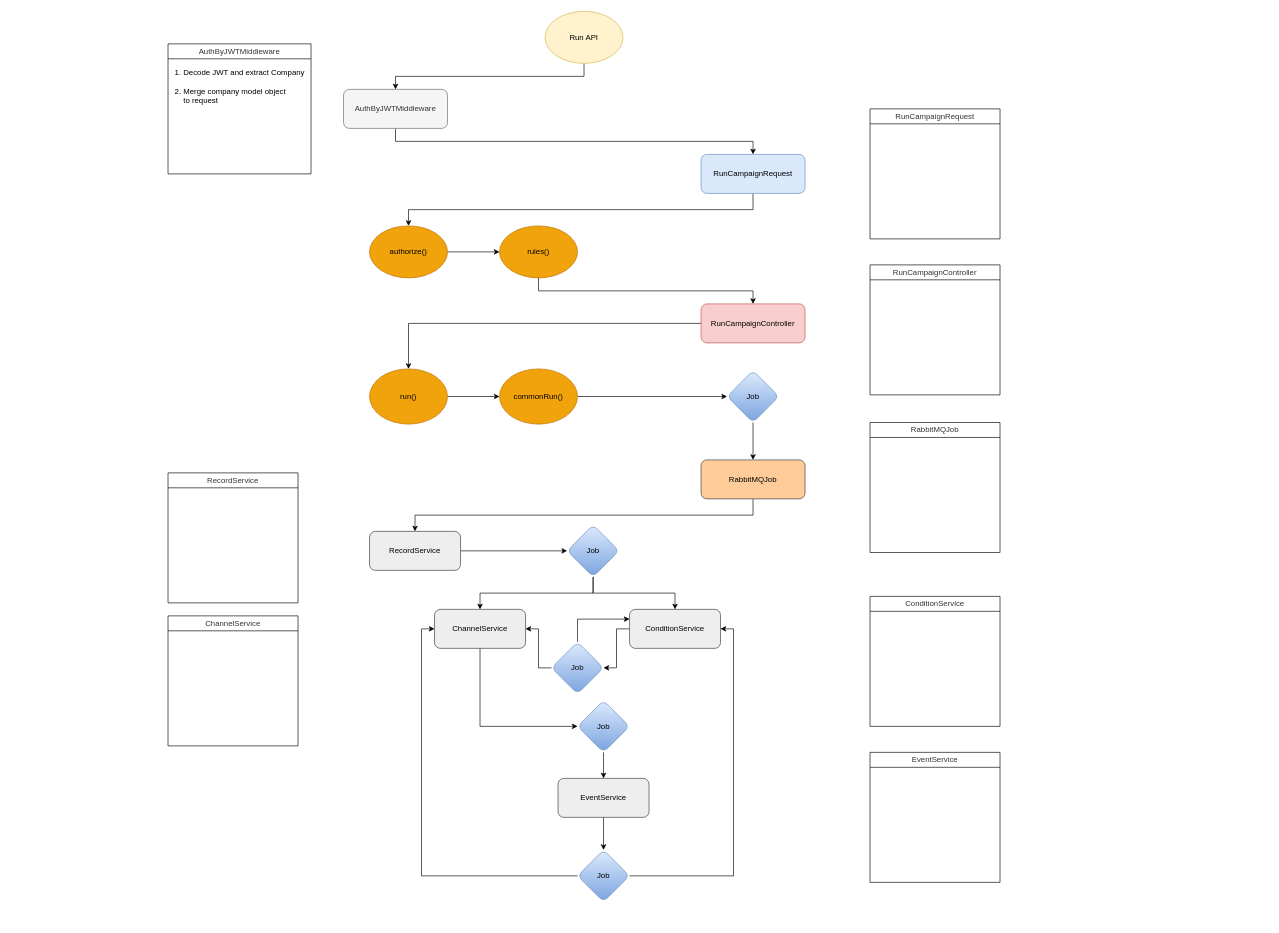
Earlier version of the draw.io diagram Untitled Diagram.drawio (jprasuk112/Diagrams). Source tidied: cells renumbered, new cells numbered last; positions are measured from the earlier drawing's top-left corner, leaving out a move shared by most shapes. Both pictures are drawn from the tidied source at 65%, with x=0, y=0 at pixel (168, 11).
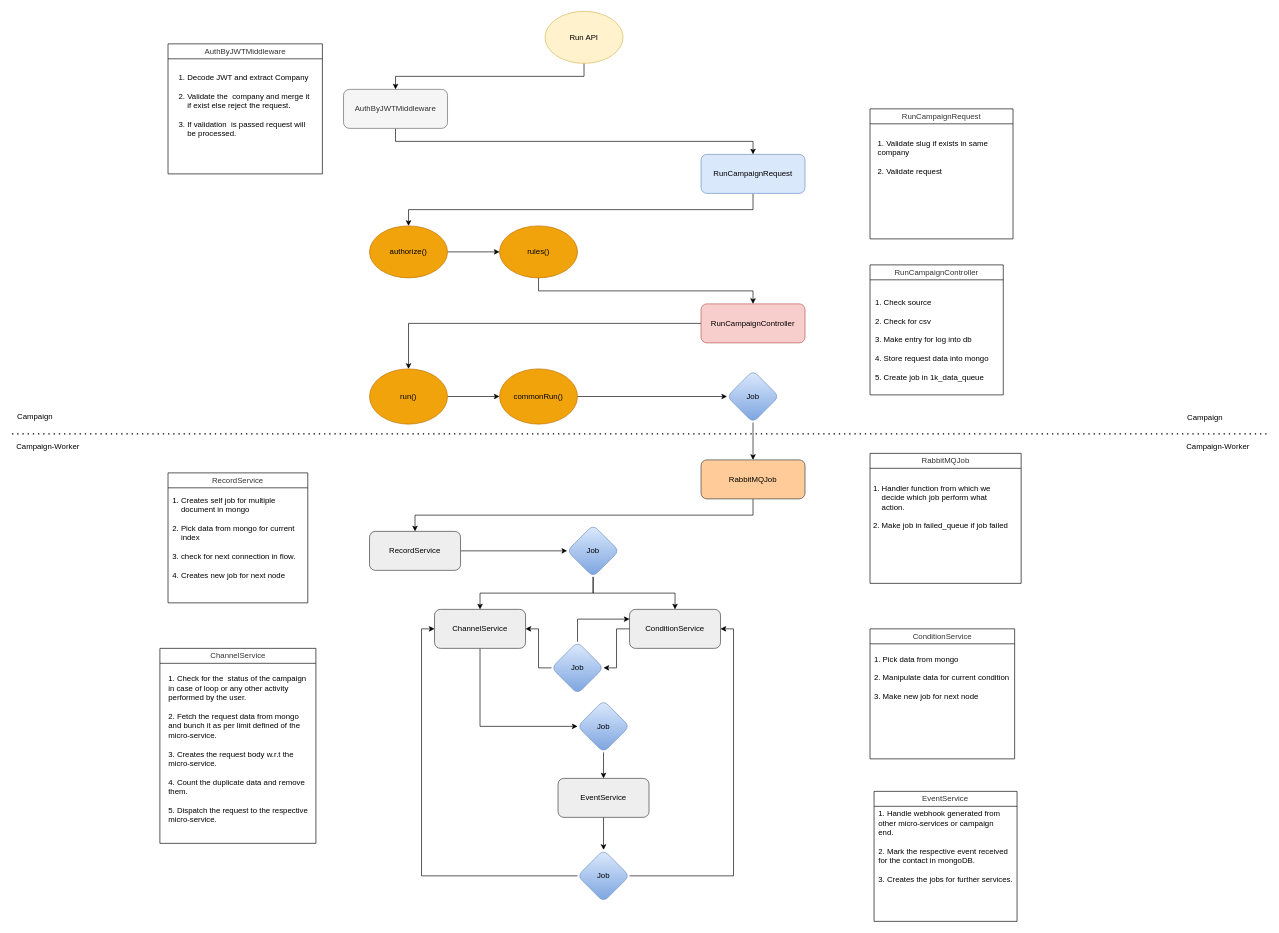
The same diagram, later.

The edit, as a diff of the source:
```diff
@@
     <mxCell id="41" value="&lt;span style=&quot;color: rgb(51, 51, 51); font-weight: 400;&quot;&gt;AuthByJWTMiddleware&lt;/span&gt;" style="swimlane;whiteSpace=wrap;html=1;startSize=23;" parent="1" vertex="1">
-      <mxGeometry y="50" width="220" height="200" as="geometry" />
+      <mxGeometry y="50" width="237.5" height="200" as="geometry" />
     </mxCell>
-    <mxCell id="42" value="1. Decode JWT and extract Company&lt;br&gt;&lt;br&gt;&lt;div style=&quot;text-align: left;&quot;&gt;&lt;span style=&quot;background-color: initial;&quot;&gt;2. Merge company model object&lt;/span&gt;&lt;/div&gt;&lt;div style=&quot;text-align: left;&quot;&gt;&lt;span style=&quot;background-color: initial;&quot;&gt;&amp;nbsp; &amp;nbsp; to request&lt;/span&gt;&lt;/div&gt;" style="text;html=1;align=center;verticalAlign=middle;strokeColor=none;fillColor=none;" parent="41" vertex="1">
-      <mxGeometry y="30" width="220" height="70" as="geometry" />
+    <mxCell id="42" value="&lt;ol&gt;&lt;li&gt;Decode JWT and extract Company&lt;br&gt;&lt;br&gt;&lt;/li&gt;&lt;li&gt;&lt;span style=&quot;background-color: initial;&quot;&gt;Validate the&amp;nbsp; company and merge it&amp;nbsp;&lt;br&gt;if exist else reject the request.&lt;/span&gt;&lt;span style=&quot;background-color: initial;&quot;&gt;&lt;br&gt;&lt;br&gt;&lt;/span&gt;&lt;/li&gt;&lt;li&gt;&lt;span style=&quot;background-color: initial;&quot;&gt;If validation&amp;nbsp; is passed request will &lt;br&gt;be&amp;nbsp;&lt;/span&gt;&lt;span style=&quot;background-color: initial;&quot;&gt;processed.&lt;/span&gt;&lt;/li&gt;&lt;/ol&gt;" style="text;html=1;align=left;verticalAlign=middle;strokeColor=none;fillColor=none;" parent="41" vertex="1">
+      <mxGeometry x="-12.5" y="30" width="250" height="130" as="geometry" />
     </mxCell>
     <mxCell id="43" value="&lt;span style=&quot;color: rgb(51, 51, 51); font-weight: 400;&quot;&gt;RunCampaignRequest&lt;/span&gt;" style="swimlane;whiteSpace=wrap;html=1;startSize=23;" parent="1" vertex="1">
-      <mxGeometry x="1080" y="150" width="200" height="200" as="geometry" />
+      <mxGeometry x="1080" y="150" width="220" height="200" as="geometry" />
     </mxCell>
+    <mxCell id="50" value="1. Validate slug if exists in same &lt;br&gt;company&lt;br&gt;&lt;br&gt;&lt;div style=&quot;&quot;&gt;&lt;span style=&quot;background-color: initial;&quot;&gt;2. Validate request&lt;/span&gt;&lt;/div&gt;" style="text;html=1;align=left;verticalAlign=middle;strokeColor=none;fillColor=none;" parent="43" vertex="1">
+      <mxGeometry x="10" y="40" width="190" height="70" as="geometry" />
+    </mxCell>
     <mxCell id="44" value="&lt;span style=&quot;color: rgb(51, 51, 51); font-weight: 400;&quot;&gt;RunCampaignController&lt;/span&gt;" style="swimlane;whiteSpace=wrap;html=1;startSize=23;" parent="1" vertex="1">
-      <mxGeometry x="1080" y="390" width="200" height="200" as="geometry" />
+      <mxGeometry x="1080" y="390" width="205" height="200" as="geometry" />
     </mxCell>
+    <mxCell id="51" value="1. Check source&lt;br&gt;&lt;br&gt;2. Check for csv&lt;br&gt;&lt;br&gt;3. Make entry for log into db&lt;br&gt;&lt;br&gt;4. Store request data into mongo&lt;br&gt;&lt;br&gt;5. Create job in 1k_data_queue" style="text;html=1;align=left;verticalAlign=middle;strokeColor=none;fillColor=none;spacingTop=0;spacing=0;" parent="44" vertex="1">
+      <mxGeometry x="7.5" y="50" width="190" height="130" as="geometry" />
+    </mxCell>
     <mxCell id="45" value="&lt;span style=&quot;color: rgb(51, 51, 51); font-weight: 400;&quot;&gt;RabbitMQJob&lt;br&gt;&lt;/span&gt;" style="swimlane;whiteSpace=wrap;html=1;startSize=23;" parent="1" vertex="1">
-      <mxGeometry x="1080" y="632.5" width="200" height="200" as="geometry" />
+      <mxGeometry x="1080" y="680" width="232.5" height="200" as="geometry" />
     </mxCell>
+    <mxCell id="52" value="1. Handler function from which we&amp;nbsp;&lt;br&gt;&amp;nbsp; &amp;nbsp; decide which job perform what &lt;br&gt;&amp;nbsp; &amp;nbsp; action.&lt;br&gt;&lt;br&gt;2. Make job in failed_queue if job failed" style="text;html=1;align=left;verticalAlign=middle;strokeColor=none;fillColor=none;" parent="45" vertex="1">
+      <mxGeometry x="2.5" y="42.5" width="220" height="80" as="geometry" />
+    </mxCell>
     <mxCell id="46" value="&lt;span style=&quot;color: rgb(51, 51, 51); font-weight: 400;&quot;&gt;RecordService&lt;br&gt;&lt;/span&gt;" style="swimlane;whiteSpace=wrap;html=1;startSize=23;" parent="1" vertex="1">
-      <mxGeometry y="710" width="200" height="200" as="geometry" />
+      <mxGeometry y="710" width="215" height="200" as="geometry" />
     </mxCell>
+    <mxCell id="53" value="1. Creates self job for multiple &lt;br&gt;&amp;nbsp; &amp;nbsp; document in mongo&lt;br&gt;&lt;br&gt;2. Pick data from mongo for current &lt;br&gt;&amp;nbsp; &amp;nbsp; index&lt;br&gt;&lt;br&gt;3.&amp;nbsp;check for next connection in flow.&lt;br&gt;&lt;br&gt;4. Creates new job for next node" style="text;html=1;align=left;verticalAlign=middle;strokeColor=none;fillColor=none;" parent="46" vertex="1">
+      <mxGeometry x="5" y="35" width="200" height="130" as="geometry" />
+    </mxCell>
     <mxCell id="47" value="&lt;span style=&quot;color: rgb(51, 51, 51); font-weight: 400;&quot;&gt;ChannelService&lt;/span&gt;" style="swimlane;whiteSpace=wrap;html=1;startSize=23;" parent="1" vertex="1">
-      <mxGeometry y="930" width="200" height="200" as="geometry" />
+      <mxGeometry x="-12.5" y="980" width="240" height="300" as="geometry" />
     </mxCell>
+    <mxCell id="54" value="&lt;div style=&quot;&quot;&gt;&lt;br&gt;&lt;/div&gt;" style="text;html=1;align=left;verticalAlign=middle;strokeColor=none;fillColor=none;" parent="47" vertex="1">
+      <mxGeometry x="32.5" y="55" width="20" height="30" as="geometry" />
+    </mxCell>
+    <mxCell id="55" value="&lt;div style=&quot;text-align: left;&quot;&gt;&lt;span style=&quot;background-color: initial;&quot;&gt;1. Check for the&amp;nbsp; status of the campaign&amp;nbsp;&lt;/span&gt;&lt;/div&gt;&lt;div style=&quot;text-align: left;&quot;&gt;&lt;span style=&quot;background-color: initial;&quot;&gt;in case of loop or any other activity&amp;nbsp;&lt;/span&gt;&lt;/div&gt;&lt;div style=&quot;text-align: left;&quot;&gt;&lt;span style=&quot;background-color: initial;&quot;&gt;performed by the user.&amp;nbsp;&lt;/span&gt;&lt;/div&gt;&lt;div style=&quot;text-align: left;&quot;&gt;&lt;span style=&quot;background-color: initial;&quot;&gt;&lt;br&gt;&lt;/span&gt;&lt;/div&gt;&lt;div style=&quot;text-align: left;&quot;&gt;&lt;span style=&quot;background-color: initial;&quot;&gt;2. Fetch the request data from mongo&lt;/span&gt;&lt;/div&gt;&lt;div style=&quot;text-align: left;&quot;&gt;&lt;span style=&quot;background-color: initial;&quot;&gt;and bunch it as per limit defined of the&amp;nbsp;&lt;/span&gt;&lt;/div&gt;&lt;div style=&quot;text-align: left;&quot;&gt;&lt;span style=&quot;background-color: initial;&quot;&gt;micro-service.&amp;nbsp;&amp;nbsp;&lt;/span&gt;&lt;/div&gt;&lt;div style=&quot;text-align: left;&quot;&gt;&lt;span style=&quot;background-color: initial;&quot;&gt;&lt;br&gt;&lt;/span&gt;&lt;/div&gt;&lt;div style=&quot;text-align: left;&quot;&gt;&lt;span style=&quot;background-color: initial;&quot;&gt;3. Creates the request body w.r.t the&amp;nbsp;&lt;/span&gt;&lt;/div&gt;&lt;div style=&quot;text-align: left;&quot;&gt;&lt;span style=&quot;background-color: initial;&quot;&gt;micro-service.&lt;/span&gt;&lt;/div&gt;&lt;div style=&quot;text-align: left;&quot;&gt;&lt;span style=&quot;background-color: initial;&quot;&gt;&lt;br&gt;&lt;/span&gt;&lt;/div&gt;&lt;div style=&quot;text-align: left;&quot;&gt;&lt;span style=&quot;background-color: initial;&quot;&gt;4. Count the duplicate data and remove&lt;/span&gt;&lt;/div&gt;&lt;div style=&quot;text-align: left;&quot;&gt;&lt;span style=&quot;background-color: initial;&quot;&gt;them.&lt;/span&gt;&lt;/div&gt;&lt;div style=&quot;text-align: left;&quot;&gt;&lt;span style=&quot;background-color: initial;&quot;&gt;&lt;br&gt;&lt;/span&gt;&lt;/div&gt;&lt;div style=&quot;text-align: left;&quot;&gt;&lt;span style=&quot;background-color: initial;&quot;&gt;5. Dispatch the request to the respective&lt;/span&gt;&lt;/div&gt;&lt;div style=&quot;text-align: left;&quot;&gt;&lt;span style=&quot;background-color: initial;&quot;&gt;micro-service.&amp;nbsp;&amp;nbsp;&lt;/span&gt;&lt;/div&gt;" style="text;html=1;align=center;verticalAlign=middle;strokeColor=none;fillColor=none;" parent="47" vertex="1">
+      <mxGeometry x="5" y="40" width="230" height="230" as="geometry" />
+    </mxCell>
     <mxCell id="48" value="&lt;span style=&quot;color: rgb(51, 51, 51); font-weight: 400;&quot;&gt;ConditionService&lt;/span&gt;" style="swimlane;whiteSpace=wrap;html=1;startSize=23;" parent="1" vertex="1">
-      <mxGeometry x="1080" y="900" width="200" height="200" as="geometry" />
+      <mxGeometry x="1080" y="950" width="222.5" height="200" as="geometry" />
     </mxCell>
+    <mxCell id="56" value="&lt;div style=&quot;text-align: left;&quot;&gt;&lt;span style=&quot;background-color: initial;&quot;&gt;1. Pick data from mongo&lt;/span&gt;&lt;/div&gt;&lt;div style=&quot;text-align: left;&quot;&gt;&lt;span style=&quot;background-color: initial;&quot;&gt;&lt;br&gt;&lt;/span&gt;&lt;/div&gt;&lt;div style=&quot;text-align: left;&quot;&gt;&lt;span style=&quot;background-color: initial;&quot;&gt;2. Manipulate data for current condition&lt;/span&gt;&lt;/div&gt;&lt;div style=&quot;text-align: left;&quot;&gt;&lt;span style=&quot;background-color: initial;&quot;&gt;&lt;br&gt;&lt;/span&gt;&lt;/div&gt;&lt;div style=&quot;text-align: left;&quot;&gt;&lt;span style=&quot;background-color: initial;&quot;&gt;3. Make new job for next node&lt;/span&gt;&lt;/div&gt;" style="text;html=1;align=center;verticalAlign=middle;strokeColor=none;fillColor=none;" parent="48" vertex="1">
+      <mxGeometry y="35" width="220" height="80" as="geometry" />
+    </mxCell>
     <mxCell id="49" value="&lt;span style=&quot;color: rgb(51, 51, 51); font-weight: 400;&quot;&gt;EventService&lt;/span&gt;" style="swimlane;whiteSpace=wrap;html=1;startSize=23;" parent="1" vertex="1">
-      <mxGeometry x="1080" y="1140" width="200" height="200" as="geometry" />
+      <mxGeometry x="1086.2" y="1200" width="220" height="200" as="geometry" />
     </mxCell>
+    <mxCell id="57" value="&lt;div style=&quot;text-align: left;&quot;&gt;&lt;span style=&quot;background-color: initial;&quot;&gt;1. Handle webhook generated from&amp;nbsp;&lt;/span&gt;&lt;/div&gt;&lt;div style=&quot;text-align: left;&quot;&gt;&lt;span style=&quot;background-color: initial;&quot;&gt;other micro-services or &lt;/span&gt;&lt;span style=&quot;background-color: initial;&quot;&gt;campaign&lt;/span&gt;&lt;/div&gt;&lt;div style=&quot;text-align: left;&quot;&gt;&lt;span style=&quot;background-color: initial;&quot;&gt;end.&lt;/span&gt;&lt;/div&gt;&lt;div style=&quot;text-align: left;&quot;&gt;&lt;span style=&quot;background-color: initial;&quot;&gt;&lt;br&gt;&lt;/span&gt;&lt;/div&gt;&lt;div style=&quot;text-align: left;&quot;&gt;&lt;span style=&quot;background-color: initial;&quot;&gt;2. Mark the&amp;nbsp;&lt;/span&gt;&lt;span style=&quot;background-color: initial;&quot;&gt;respective event received&amp;nbsp;&lt;/span&gt;&lt;/div&gt;&lt;div style=&quot;text-align: left;&quot;&gt;&lt;span style=&quot;background-color: initial;&quot;&gt;for the&amp;nbsp;&lt;/span&gt;&lt;span style=&quot;background-color: initial;&quot;&gt;contact in mongoDB.&lt;/span&gt;&lt;/div&gt;&lt;div style=&quot;text-align: left;&quot;&gt;&lt;span style=&quot;background-color: initial;&quot;&gt;&lt;br&gt;&lt;/span&gt;&lt;/div&gt;&lt;div style=&quot;text-align: left;&quot;&gt;&lt;span style=&quot;background-color: initial;&quot;&gt;3. Creates the jobs for further services.&lt;/span&gt;&lt;/div&gt;" style="text;html=1;align=center;verticalAlign=middle;strokeColor=none;fillColor=none;" parent="49" vertex="1">
+      <mxGeometry y="25" width="220" height="120" as="geometry" />
+    </mxCell>
+    <mxCell id="58" style="endArrow=none;dashed=1;html=1;dashPattern=1 3;strokeWidth=2;rounded=0;" parent="1" edge="1">
+      <mxGeometry relative="1" as="geometry">
+        <mxPoint x="-240" y="650" as="sourcePoint" />
+        <mxPoint x="1690" y="650" as="targetPoint" />
+      </mxGeometry>
+    </mxCell>
+    <mxCell id="59" value="Campaign-Worker" style="text;html=1;align=center;verticalAlign=middle;strokeColor=none;fillColor=none;" parent="1" vertex="1">
+      <mxGeometry x="-240" y="660" width="110" height="20" as="geometry" />
+    </mxCell>
+    <mxCell id="60" value="Campaign" style="text;html=1;align=center;verticalAlign=middle;strokeColor=none;fillColor=none;" parent="1" vertex="1">
+      <mxGeometry x="-240" y="612.5" width="70" height="20" as="geometry" />
+    </mxCell>
+    <mxCell id="61" value="Campaign" style="text;html=1;align=center;verticalAlign=middle;strokeColor=none;fillColor=none;" parent="1" vertex="1">
+      <mxGeometry x="1560" y="615" width="70" height="20" as="geometry" />
+    </mxCell>
+    <mxCell id="62" value="Campaign-Worker" style="text;html=1;align=center;verticalAlign=middle;strokeColor=none;fillColor=none;" parent="1" vertex="1">
+      <mxGeometry x="1560" y="660" width="110" height="20" as="geometry" />
+    </mxCell>
```
